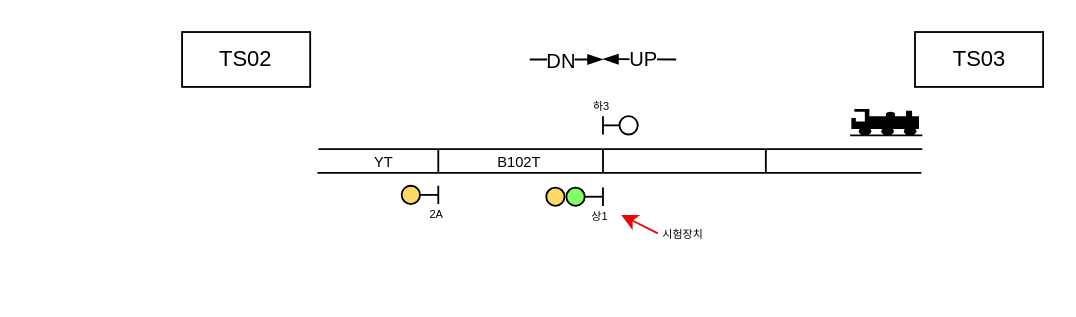
chillin2/MyDraw.io keeps this draw.io diagram as EABS/Tasks/신호흐름 템플릿.drawio. Above is the earlier version. Source tidied: cells renumbered, new cells numbered last; positions are measured from the earlier drawing's top-left corner, leaving out a move shared by most shapes. Both pictures are drawn from the tidied source at 183%, with x=0, y=0 at pixel (181, 31).
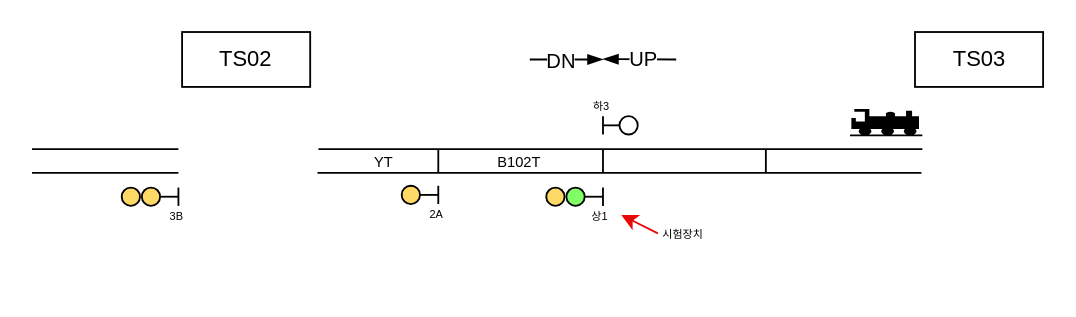
Above is the later version.

Commit message (it also covers changes not shown here):
신호흐름 템플릿.drawio 업데이트

Diff of the diagram source:
```diff
@@
+    <mxCell id="31" style="ellipse;whiteSpace=wrap;html=1;fillColor=#FFD966;strokeColor=default;" parent="1" vertex="1">
+      <mxGeometry x="-22" y="85" width="10" height="10" as="geometry" />
+    </mxCell>
+    <mxCell id="32" style="endArrow=none;html=1;rounded=0;exitX=1;exitY=0.5;exitDx=0;exitDy=0;" parent="1" edge="1" source="31">
+      <mxGeometry relative="1" as="geometry">
+        <mxPoint x="-2" y="90" as="targetPoint" />
+      </mxGeometry>
+    </mxCell>
+    <mxCell id="33" style="endArrow=none;html=1;rounded=0;" parent="1" edge="1">
+      <mxGeometry relative="1" as="geometry">
+        <mxPoint x="-2" y="95" as="sourcePoint" />
+        <mxPoint x="-2" y="85" as="targetPoint" />
+      </mxGeometry>
+    </mxCell>
+    <mxCell id="34" value="&lt;font style=&quot;font-size: 6px;&quot;&gt;3B&lt;/font&gt;" style="text;html=1;align=right;verticalAlign=bottom;strokeColor=none;fillColor=none;labelPosition=left;verticalLabelPosition=top;" parent="1" vertex="1">
+      <mxGeometry x="2" y="108" width="30" height="30" as="geometry" />
+    </mxCell>
+    <mxCell id="35" style="ellipse;whiteSpace=wrap;html=1;fillColor=#FFD966;strokeColor=default;" parent="1" vertex="1">
+      <mxGeometry x="-33" y="85" width="10" height="10" as="geometry" />
+    </mxCell>
+    <mxCell id="36" style="endArrow=none;html=1;rounded=0;" parent="1" edge="1">
+      <mxGeometry relative="1" as="geometry">
+        <mxPoint x="-82" y="64" as="sourcePoint" />
+        <mxPoint x="-2" y="64" as="targetPoint" />
+      </mxGeometry>
+    </mxCell>
+    <mxCell id="37" style="endArrow=none;html=1;rounded=0;" parent="1" edge="1">
+      <mxGeometry relative="1" as="geometry">
+        <mxPoint x="-82" y="77" as="sourcePoint" />
+        <mxPoint x="-2" y="77" as="targetPoint" />
+      </mxGeometry>
+    </mxCell>
```
